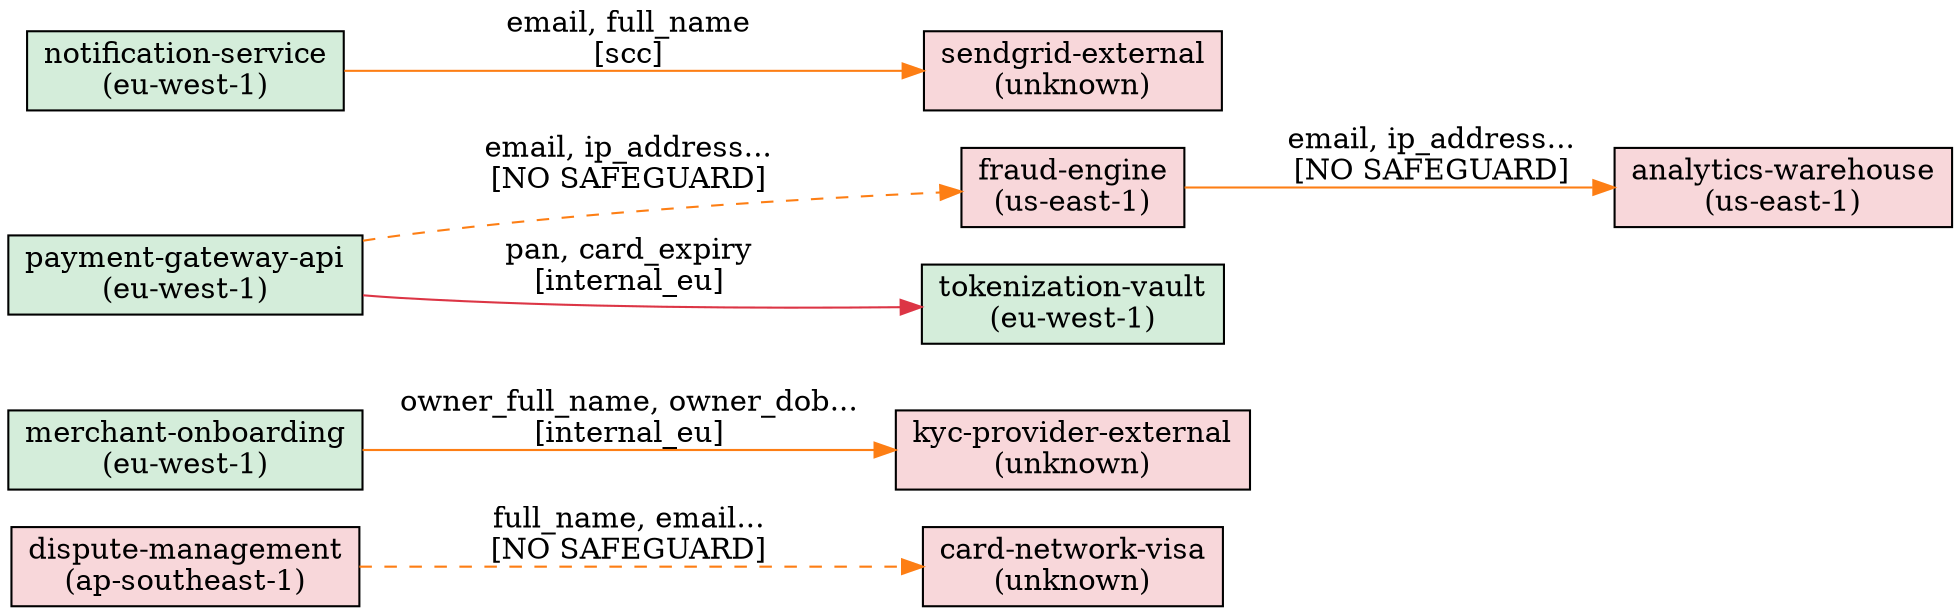
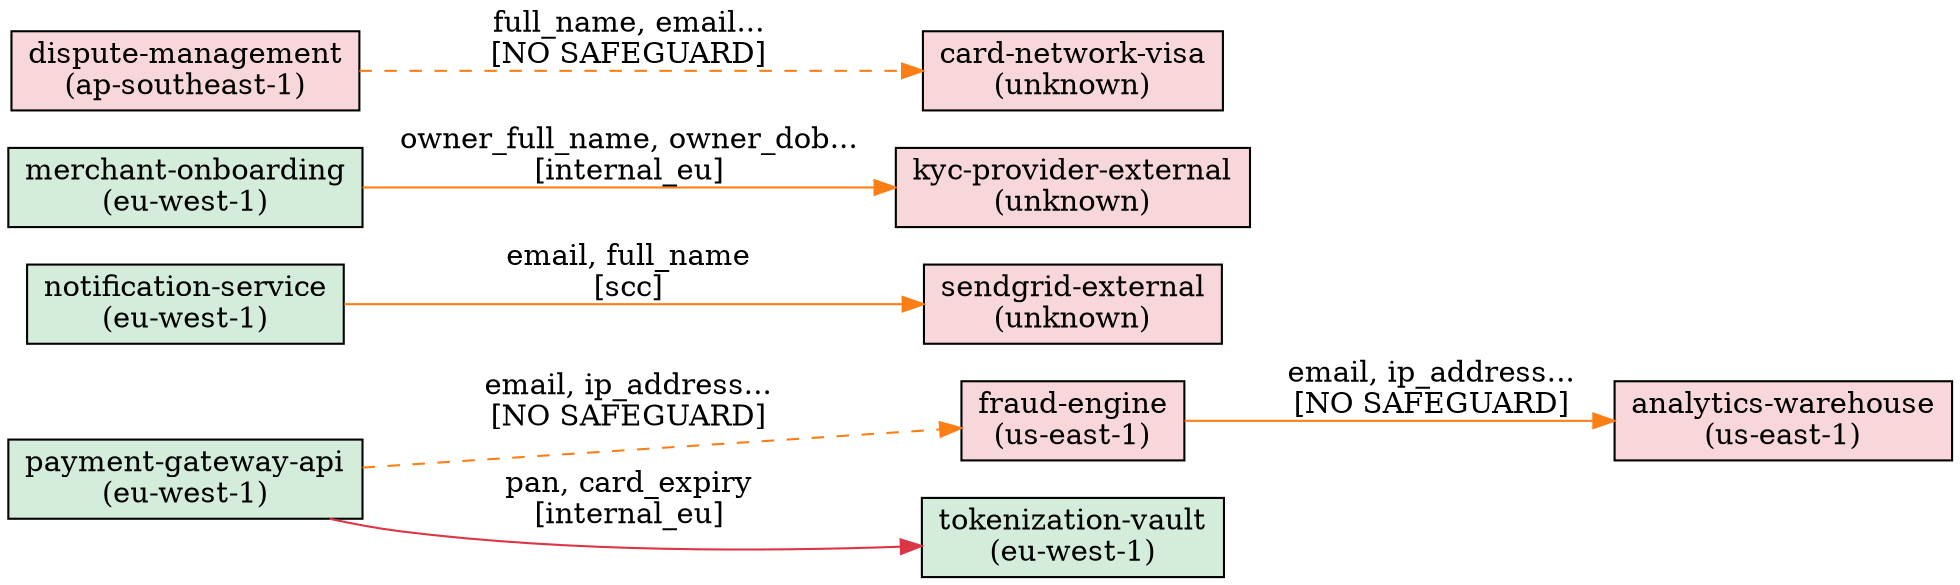
digraph data_flows {
  rankdir=LR;
  node [shape=box, style=filled];

+   "fraud-engine" [label="fraud-engine\n(us-east-1)", fillcolor="#f8d7da"];
+   "tokenization-vault" [label="tokenization-vault\n(eu-west-1)", fillcolor="#d4edda"];
+   "payment-gateway-api" [label="payment-gateway-api\n(eu-west-1)", fillcolor="#d4edda"];
+   "notification-service" [label="notification-service\n(eu-west-1)", fillcolor="#d4edda"];
+   "merchant-onboarding" [label="merchant-onboarding\n(eu-west-1)", fillcolor="#d4edda"];
+   "sendgrid-external" [label="sendgrid-external\n(unknown)", fillcolor="#f8d7da"];
+   "kyc-provider-external" [label="kyc-provider-external\n(unknown)", fillcolor="#f8d7da"];
+   "card-network-visa" [label="card-network-visa\n(unknown)", fillcolor="#f8d7da"];
+   "analytics-warehouse" [label="analytics-warehouse\n(us-east-1)", fillcolor="#f8d7da"];
  "dispute-management" [label="dispute-management\n(ap-southeast-1)", fillcolor="#f8d7da"];
-   "merchant-onboarding" [label="merchant-onboarding\n(eu-west-1)", fillcolor="#d4edda"];
-   "card-network-visa" [label="card-network-visa\n(unknown)", fillcolor="#f8d7da"];
-   "fraud-engine" [label="fraud-engine\n(us-east-1)", fillcolor="#f8d7da"];
-   "sendgrid-external" [label="sendgrid-external\n(unknown)", fillcolor="#f8d7da"];
-   "payment-gateway-api" [label="payment-gateway-api\n(eu-west-1)", fillcolor="#d4edda"];
-   "kyc-provider-external" [label="kyc-provider-external\n(unknown)", fillcolor="#f8d7da"];
-   "analytics-warehouse" [label="analytics-warehouse\n(us-east-1)", fillcolor="#f8d7da"];
-   "tokenization-vault" [label="tokenization-vault\n(eu-west-1)", fillcolor="#d4edda"];
-   "notification-service" [label="notification-service\n(eu-west-1)", fillcolor="#d4edda"];

  "payment-gateway-api" -> "tokenization-vault" [label="pan, card_expiry\n[internal_eu]", color="#dc3545", style=solid];
  "payment-gateway-api" -> "fraud-engine" [label="email, ip_address...\n[NO SAFEGUARD]", color="#fd7e14", style=dashed];
  "fraud-engine" -> "analytics-warehouse" [label="email, ip_address...\n[NO SAFEGUARD]", color="#fd7e14", style=solid];
  "notification-service" -> "sendgrid-external" [label="email, full_name\n[scc]", color="#fd7e14", style=solid];
  "merchant-onboarding" -> "kyc-provider-external" [label="owner_full_name, owner_dob...\n[internal_eu]", color="#fd7e14", style=solid];
  "dispute-management" -> "card-network-visa" [label="full_name, email...\n[NO SAFEGUARD]", color="#fd7e14", style=dashed];
}
